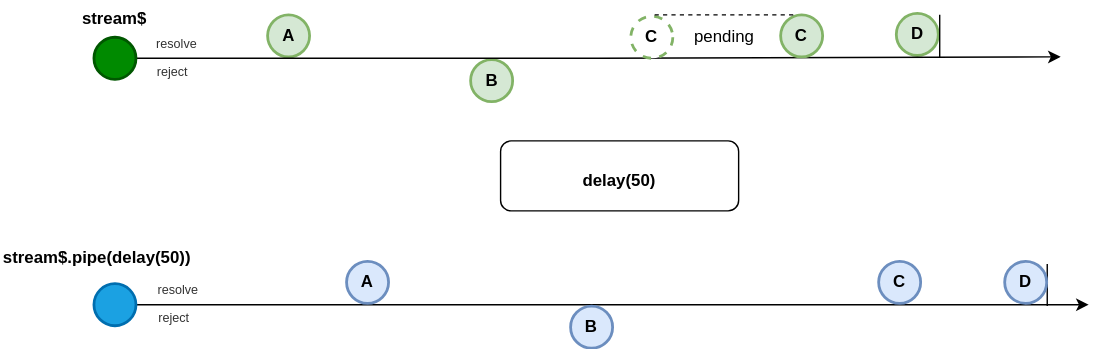
The draw.io diagram docs/public/delay.drawio.svg in fluthjs/fluth-doc, before a commit. Source tidied: cells renumbered, new cells last; positions are measured from the earlier drawing's top-left corner, leaving out a move shared by most shapes.
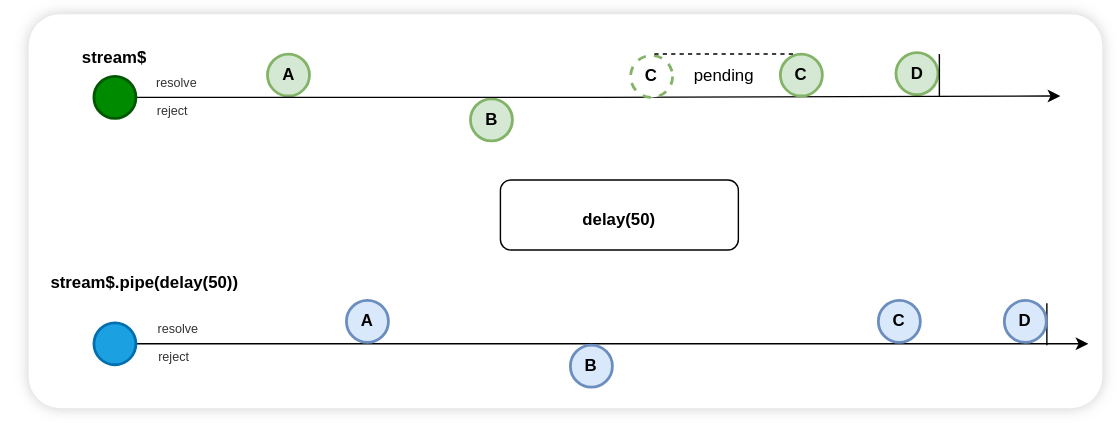
Later version of the same file.

What changed in the source:
```diff
@@ -2,6 +2,9 @@
   <root>
     <mxCell id="0" />
     <mxCell id="1" parent="0" />
+    <mxCell id="28" style="rounded=1;whiteSpace=wrap;html=1;fontFamily=Helvetica;fontSize=11;fontColor=default;labelBackgroundColor=default;arcSize=8;shadow=1;glass=0;strokeColor=none;shadowOffsetX=0;shadowOffsetY=0;shadowBlur=5;shadowColor=#333333;" parent="1" vertex="1">
+      <mxGeometry x="21" y="-18.5" width="767" height="281.5" as="geometry" />
+    </mxCell>
     <mxCell id="2" value="&lt;b&gt;stream$&lt;/b&gt;" style="text;html=1;align=center;verticalAlign=middle;whiteSpace=wrap;rounded=0;" parent="1" vertex="1">
       <mxGeometry x="0.1" width="165" height="26" as="geometry" />
     </mxCell>
@@ -21,7 +24,7 @@
       </mxGeometry>
     </mxCell>
     <mxCell id="7" value="stream$.pipe(delay(50))" style="text;whiteSpace=wrap;strokeWidth=1;fontStyle=1;" parent="1" vertex="1">
-      <mxGeometry x="1" y="170" width="213.2" height="32" as="geometry" />
+      <mxGeometry x="34.8" y="160" width="213.2" height="32" as="geometry" />
     </mxCell>
     <mxCell id="8" style="edgeStyle=orthogonalEdgeStyle;rounded=0;jettySize=auto;html=1;" parent="1" edge="1" source="9">
       <mxGeometry relative="1" as="geometry">
```
